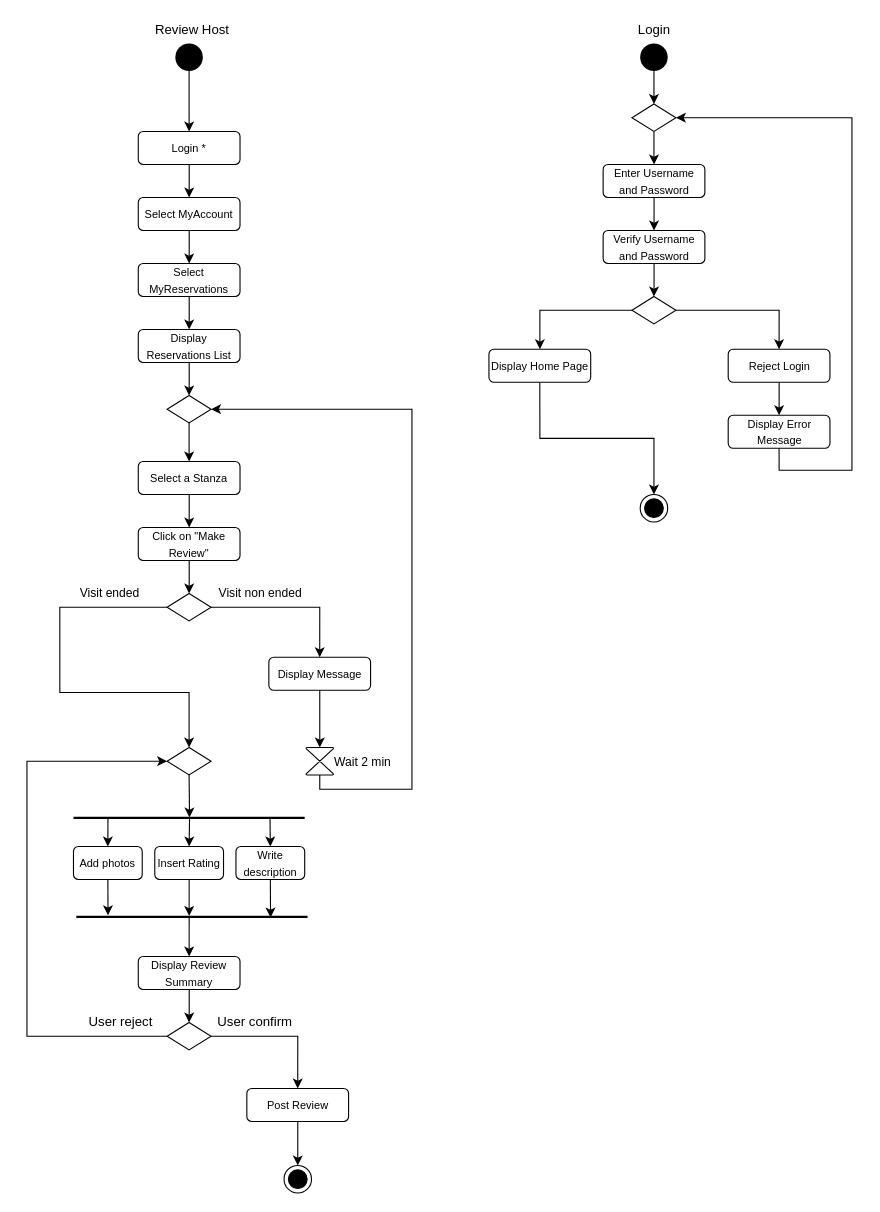
Before: Deliverables/Activity Diagram/Activity Diagram Agostinelli.drawio in nic-agos/DoveStudi, a draw.io diagram. Source tidied: cells renumbered, new cells numbered last; positions are measured from the earlier drawing's top-left corner, leaving out a move shared by most shapes. Both pictures are drawn from the tidied source at 110%, with x=0, y=0 at pixel (26, 19).
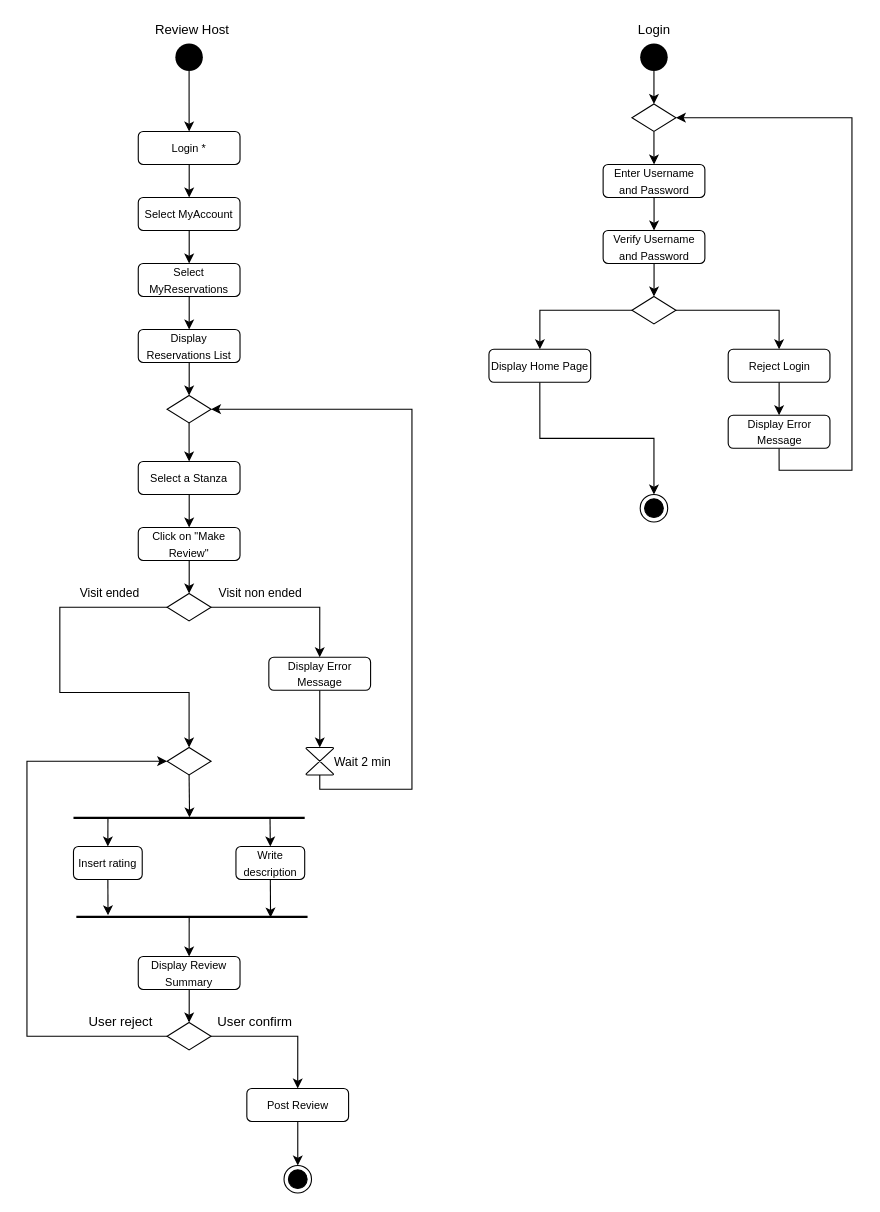
Above is the later version.

The change refers to these unchanged cells:
```xml
<mxCell id="29" style="line;strokeWidth=2;fillColor=none;align=left;verticalAlign=middle;spacingTop=-1;spacingLeft=3;spacingRight=3;labelPosition=right;points=[];portConstraint=eastwest;" parent="1" vertex="1">
  <mxGeometry x="42.3" y="722" width="210.2" height="8" as="geometry" />
</mxCell>
<mxCell id="33" style="line;strokeWidth=2;fillColor=none;align=left;verticalAlign=middle;spacingTop=-1;spacingLeft=3;spacingRight=3;labelPosition=right;points=[];portConstraint=eastwest;" parent="1" vertex="1">
  <mxGeometry x="44.9" y="812" width="210.2" height="8" as="geometry" />
</mxCell>
```

The edit, as a diff of the source:
```diff
@@
-    <mxCell id="24" value="&lt;span style=&quot;font-size: 10px&quot;&gt;Display Message&lt;/span&gt;" style="rounded=1;whiteSpace=wrap;html=1;strokeWidth=1;" parent="1" vertex="1">
+    <mxCell id="24" value="&lt;span style=&quot;font-size: 10px&quot;&gt;Display Error Message&lt;/span&gt;" style="rounded=1;whiteSpace=wrap;html=1;strokeWidth=1;" parent="1" vertex="1">
       <mxGeometry x="219.9" y="580" width="92.5" height="30" as="geometry" />
     </mxCell>
@@
-    <mxCell id="31" value="&lt;span style=&quot;font-size: 10px&quot;&gt;Add photos&lt;/span&gt;" style="rounded=1;whiteSpace=wrap;html=1;strokeWidth=1;" parent="1" vertex="1">
+    <mxCell id="31" value="&lt;span style=&quot;font-size: 10px&quot;&gt;Insert rating&lt;/span&gt;" style="rounded=1;whiteSpace=wrap;html=1;strokeWidth=1;" parent="1" vertex="1">
       <mxGeometry x="42.3" y="752" width="62.5" height="30" as="geometry" />
     </mxCell>
@@
-    <mxCell id="69" value="&lt;span style=&quot;font-size: 10px&quot;&gt;Insert Rating&lt;/span&gt;" style="rounded=1;whiteSpace=wrap;html=1;strokeWidth=1;" parent="1" vertex="1">
-      <mxGeometry x="116.2" y="752" width="62.5" height="30" as="geometry" />
-    </mxCell>
-    <mxCell id="70" style="endArrow=classic;html=1;entryX=0.488;entryY=0.403;entryDx=0;entryDy=0;entryPerimeter=0;exitX=0.5;exitY=1;exitDx=0;exitDy=0;" parent="1" edge="1" source="69" target="33">
-      <mxGeometry relative="1" as="geometry" />
-    </mxCell>
-    <mxCell id="71" style="endArrow=classic;html=1;entryX=0.5;entryY=0;entryDx=0;entryDy=0;exitX=0.502;exitY=0.484;exitDx=0;exitDy=0;exitPerimeter=0;" parent="1" edge="1" source="29" target="69">
-      <mxGeometry relative="1" as="geometry" />
-    </mxCell>
```
